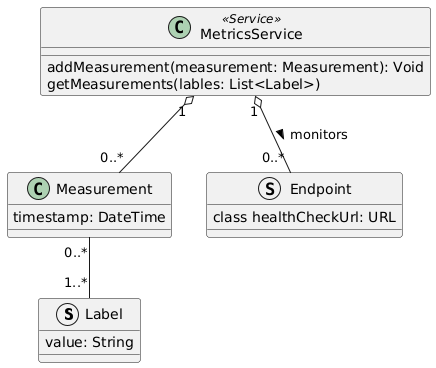
Ventus218/SAP-assignment-02 keeps this PlantUML diagram as doc/diagrams/metrics-service-domain-model.png. Above is the earlier version.
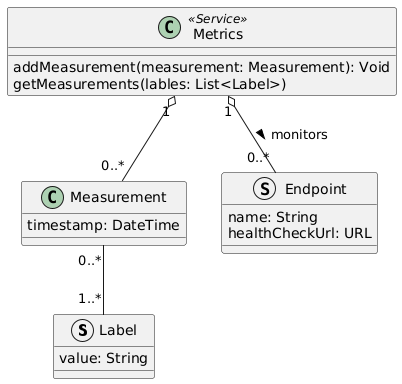
The same diagram one commit later.

What changed in the source:
```diff
@@ -1,4 +1,4 @@
-@startuml metrics-server-domain-model
+@startuml metrics-service-domain-model
 
 struct Label {
     value: String
@@ -11,15 +11,16 @@
 Measurement "0..*" -- "1..*" Label
 
 struct Endpoint {
-    class healthCheckUrl: URL
+    name: String
+    healthCheckUrl: URL
 }
 
-class MetricsService <<Service>> {
+class Metrics <<Service>> {
     addMeasurement(measurement: Measurement): Void
     getMeasurements(lables: List<Label>)
 }
 
-MetricsService "1" o-- "0..*" Endpoint : "monitors >"
-MetricsService "1" o-- "0..*" Measurement
+Metrics "1" o-- "0..*" Endpoint : "monitors >"
+Metrics "1" o-- "0..*" Measurement
 
 @enduml
```
